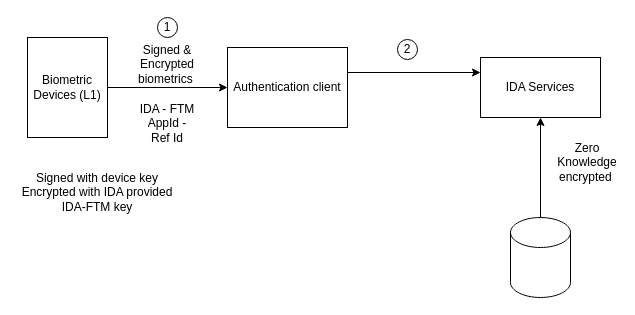
The draw.io diagram docs/_images/cryptography-ida-flow.drawio in mosip/documentation, before the edit. Source tidied: cells renumbered, new cells numbered last; positions are measured from the earlier drawing's top-left corner, leaving out a move shared by most shapes. Both pictures are drawn from the tidied source at 100%, with x=0, y=0 at pixel (17, 17).
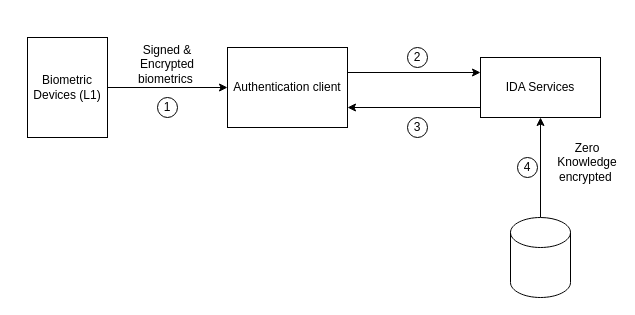
The same diagram, later.

The edit, as a diff of the source:
```diff
@@
 <mxGraphModel>
   <root>
     <mxCell id="0" />
     <mxCell id="1" parent="0" />
     <mxCell id="2" style="edgeStyle=orthogonalEdgeStyle;rounded=0;jettySize=auto;html=1;exitX=1;exitY=0.5;exitDx=0;exitDy=0;entryX=0;entryY=0.5;entryDx=0;entryDy=0;" parent="1" edge="1" source="3" target="5">
       <mxGeometry relative="1" as="geometry" />
     </mxCell>
     <mxCell id="3" value="Biometric Devices (L1)" style="rounded=0;whiteSpace=wrap;html=1;" parent="1" vertex="1">
       <mxGeometry x="10" y="20" width="80" height="100" as="geometry" />
     </mxCell>
     <mxCell id="4" style="edgeStyle=orthogonalEdgeStyle;rounded=0;orthogonalLoop=1;jettySize=auto;html=1;entryX=0;entryY=0.5;entryDx=0;entryDy=0;" parent="1" edge="1">
       <mxGeometry relative="1" as="geometry">
         <mxPoint x="330" y="55" as="sourcePoint" />
         <mxPoint x="463" y="55" as="targetPoint" />
       </mxGeometry>
     </mxCell>
     <mxCell id="5" value="Authentication client" style="rounded=0;whiteSpace=wrap;html=1;" parent="1" vertex="1">
       <mxGeometry x="210" y="30" width="120" height="80" as="geometry" />
     </mxCell>
     <mxCell id="6" value="Signed &amp;amp; Encrypted biometrics&amp;nbsp;" style="text;html=1;strokeColor=none;fillColor=none;align=center;verticalAlign=middle;whiteSpace=wrap;rounded=0;" parent="1" vertex="1">
       <mxGeometry x="120" y="22" width="60" height="50" as="geometry" />
     </mxCell>
+    <mxCell id="15" style="edgeStyle=orthogonalEdgeStyle;rounded=0;jettySize=auto;html=1;exitX=0;exitY=0.75;exitDx=0;exitDy=0;" parent="1" edge="1" source="7">
+      <mxGeometry relative="1" as="geometry">
+        <mxPoint x="330" y="90" as="targetPoint" />
+        <Array as="points">
+          <mxPoint x="463" y="90" />
+        </Array>
+      </mxGeometry>
+    </mxCell>
     <mxCell id="7" value="IDA Services" style="rounded=0;whiteSpace=wrap;html=1;" parent="1" vertex="1">
       <mxGeometry x="463" y="40" width="120" height="60" as="geometry" />
     </mxCell>
     <mxCell id="8" style="edgeStyle=orthogonalEdgeStyle;rounded=0;jettySize=auto;html=1;entryX=0.5;entryY=1;entryDx=0;entryDy=0;" parent="1" edge="1" source="9" target="7">
       <mxGeometry relative="1" as="geometry" />
     </mxCell>
     <mxCell id="9" style="shape=cylinder3;whiteSpace=wrap;html=1;boundedLbl=1;backgroundOutline=1;size=15;" parent="1" vertex="1">
       <mxGeometry x="493" y="200" width="60" height="80" as="geometry" />
     </mxCell>
     <mxCell id="10" value="Zero Knowledge encrypted&amp;nbsp;" style="text;html=1;strokeColor=none;fillColor=none;align=center;verticalAlign=middle;whiteSpace=wrap;rounded=0;" parent="1" vertex="1">
       <mxGeometry x="540" y="130" width="60" height="30" as="geometry" />
     </mxCell>
-    <mxCell id="11" value="IDA - FTM&lt;br&gt;AppId - Ref Id" style="text;html=1;strokeColor=none;fillColor=none;align=center;verticalAlign=middle;whiteSpace=wrap;rounded=0;" parent="1" vertex="1">
-      <mxGeometry x="120" y="91" width="60" height="30" as="geometry" />
-    </mxCell>
-    <mxCell id="12" value="Signed with device key&lt;br&gt;Encrypted with IDA provided IDA-FTM key" style="text;html=1;strokeColor=none;fillColor=none;align=center;verticalAlign=middle;whiteSpace=wrap;rounded=0;" parent="1" vertex="1">
-      <mxGeometry y="160" width="160" height="30" as="geometry" />
-    </mxCell>
     <mxCell id="13" value="1" style="ellipse;whiteSpace=wrap;html=1;" parent="1" vertex="1">
-      <mxGeometry x="140" width="20" height="20" as="geometry" />
+      <mxGeometry x="140" y="80" width="20" height="20" as="geometry" />
     </mxCell>
     <mxCell id="14" value="2" style="ellipse;whiteSpace=wrap;html=1;" parent="1" vertex="1">
-      <mxGeometry x="380" y="22" width="20" height="20" as="geometry" />
+      <mxGeometry x="390" y="30" width="20" height="20" as="geometry" />
     </mxCell>
+    <mxCell id="16" value="3" style="ellipse;whiteSpace=wrap;html=1;" parent="1" vertex="1">
+      <mxGeometry x="390" y="100" width="20" height="20" as="geometry" />
+    </mxCell>
+    <mxCell id="17" value="4" style="ellipse;whiteSpace=wrap;html=1;" parent="1" vertex="1">
+      <mxGeometry x="500" y="140" width="20" height="20" as="geometry" />
+    </mxCell>
   </root>
 </mxGraphModel>
```
